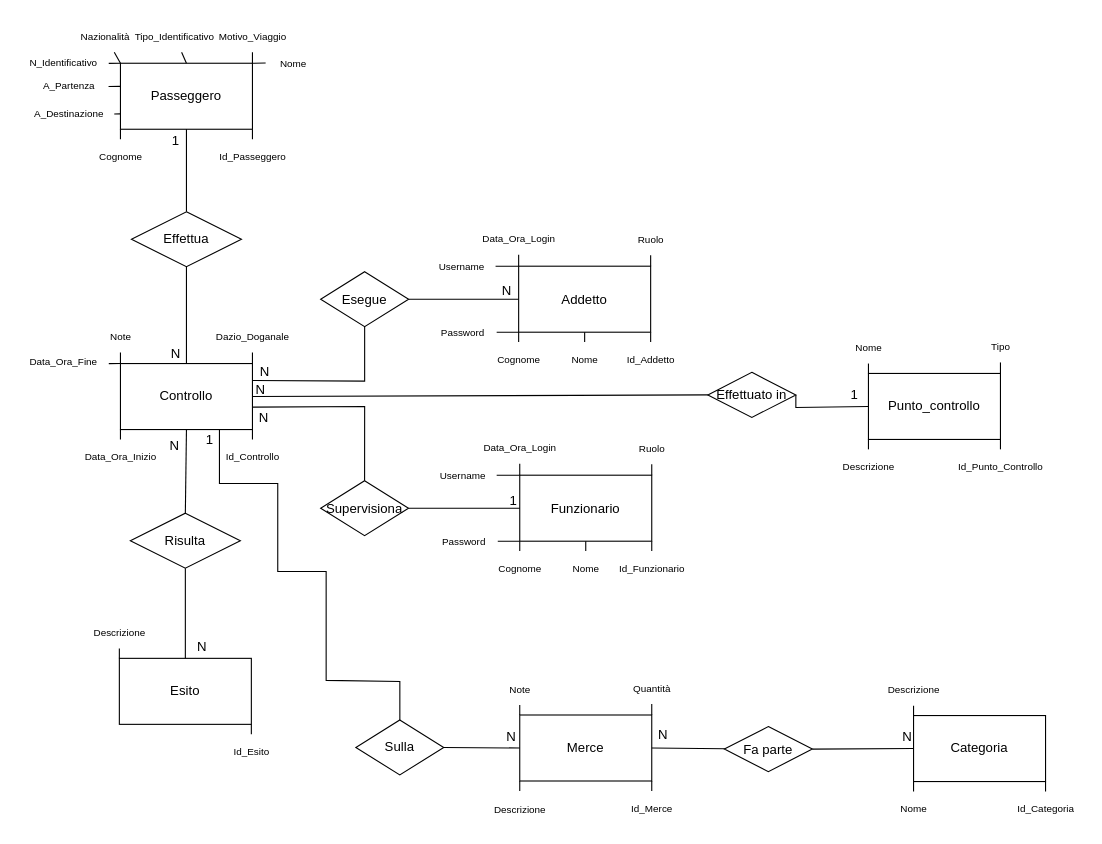
Above: SafeGate.drawio in Marcofire97/SafeGate (draw.io), before the change. Source tidied: cells renumbered, new cells numbered last; positions are measured from the earlier drawing's top-left corner, leaving out a move shared by most shapes. Both pictures are drawn from the tidied source at 110%, with x=0, y=0 at pixel (19, 19).
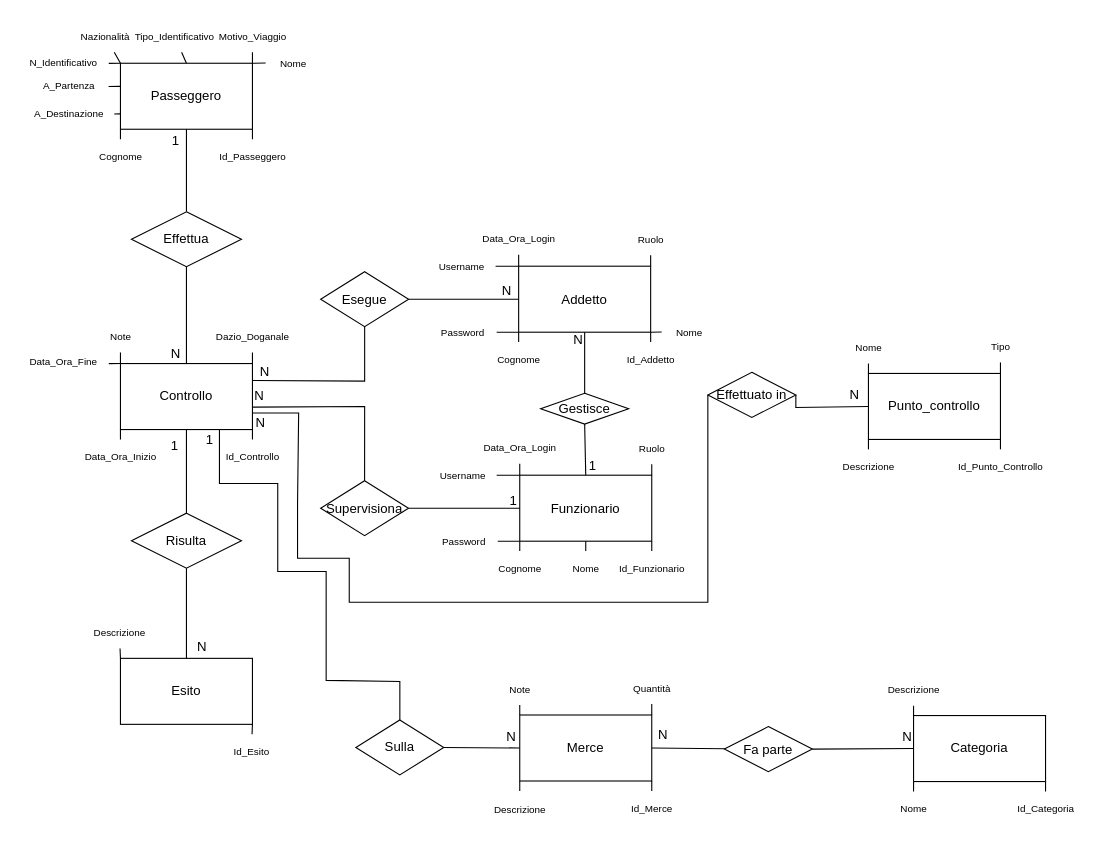
After the change.

Unchanged cells that the change refers to:
```xml
<mxCell id="35" value="Controllo" style="rounded=0;whiteSpace=wrap;html=1;" parent="1" vertex="1">
  <mxGeometry x="92" y="313" width="120" height="60" as="geometry" />
</mxCell>
<mxCell id="46" value="Addetto" style="rounded=0;whiteSpace=wrap;html=1;" parent="1" vertex="1">
  <mxGeometry x="454" y="224.5" width="120" height="60" as="geometry" />
</mxCell>
<mxCell id="61" value="Funzionario" style="rounded=0;whiteSpace=wrap;html=1;" parent="1" vertex="1">
  <mxGeometry x="455" y="414.5" width="120" height="60" as="geometry" />
</mxCell>
<mxCell id="111" value="Effettuato in" style="rhombus;whiteSpace=wrap;html=1;" parent="1" vertex="1">
  <mxGeometry x="626" y="321" width="80" height="41" as="geometry" />
</mxCell>
```

Change to the diagram source:
```diff
@@
-    <mxCell id="49" style="endArrow=none;html=1;rounded=0;" parent="1" edge="1" source="50" target="46">
+    <mxCell id="49" style="endArrow=none;html=1;rounded=0;entryX=1;entryY=1;entryDx=0;entryDy=0;" parent="1" edge="1" source="50" target="46">
       <mxGeometry relative="1" as="geometry" />
     </mxCell>
     <mxCell id="50" value="&lt;font style=&quot;font-size: 9px;&quot;&gt;Nome&lt;/font&gt;" style="text;html=1;align=center;verticalAlign=middle;points=[];strokeColor=none;fillColor=none;" parent="1" vertex="1">
-      <mxGeometry x="489" y="293.5" width="50" height="30" as="geometry" />
+      <mxGeometry x="584" y="269" width="50" height="30" as="geometry" />
     </mxCell>
@@
     <mxCell id="76" value="Esito" style="rounded=0;whiteSpace=wrap;html=1;" parent="1" vertex="1">
-      <mxGeometry x="91" y="581" width="120" height="60" as="geometry" />
+      <mxGeometry x="92" y="581" width="120" height="60" as="geometry" />
     </mxCell>
@@
     <mxCell id="102" value="Risulta" style="rhombus;whiteSpace=wrap;html=1;" parent="1" vertex="1">
-      <mxGeometry x="101" y="449" width="100" height="50" as="geometry" />
+      <mxGeometry x="102" y="449" width="100" height="50" as="geometry" />
     </mxCell>
@@
-    <mxCell id="112" style="endArrow=none;html=1;rounded=0;entryX=0;entryY=0.5;entryDx=0;entryDy=0;exitX=1;exitY=0.5;exitDx=0;exitDy=0;" parent="1" edge="1" source="35" target="111">
-      <mxGeometry relative="1" as="geometry" />
+    <mxCell id="112" style="endArrow=none;html=1;rounded=0;entryX=0;entryY=0.5;entryDx=0;entryDy=0;exitX=1;exitY=0.75;exitDx=0;exitDy=0;" parent="1" edge="1" source="35" target="111">
+      <mxGeometry relative="1" as="geometry">
+        <Array as="points">
+          <mxPoint x="254" y="358" />
+          <mxPoint x="253" y="440" />
+          <mxPoint x="253" y="490" />
+          <mxPoint x="300" y="490" />
+          <mxPoint x="300" y="530" />
+          <mxPoint x="626" y="530" />
+        </Array>
+      </mxGeometry>
     </mxCell>
@@
-    <mxCell id="116" value="N" style="text;html=1;align=center;verticalAlign=middle;strokeColor=none;fillColor=none;" parent="1" vertex="1">
-      <mxGeometry x="127" y="374" width="27" height="27" as="geometry" />
+    <mxCell id="116" value="1" style="text;html=1;align=center;verticalAlign=middle;strokeColor=none;fillColor=none;" parent="1" vertex="1">
+      <mxGeometry x="128" y="374" width="25" height="27" as="geometry" />
     </mxCell>
@@
     <mxCell id="123" value="N" style="text;html=1;align=center;verticalAlign=middle;strokeColor=none;fillColor=none;" parent="1" vertex="1">
-      <mxGeometry x="208" y="349" width="27" height="27" as="geometry" />
+      <mxGeometry x="205" y="353" width="27" height="27" as="geometry" />
     </mxCell>
@@
-    <mxCell id="125" value="1" style="text;html=1;align=center;verticalAlign=middle;strokeColor=none;fillColor=none;" parent="1" vertex="1">
-      <mxGeometry x="746" y="328" width="25" height="27" as="geometry" />
+    <mxCell id="125" value="N" style="text;html=1;align=center;verticalAlign=middle;strokeColor=none;fillColor=none;" parent="1" vertex="1">
+      <mxGeometry x="745" y="328" width="27" height="27" as="geometry" />
     </mxCell>
     <mxCell id="126" value="&lt;div&gt;N&lt;/div&gt;" style="text;html=1;align=center;verticalAlign=middle;strokeColor=none;fillColor=none;" parent="1" vertex="1">
-      <mxGeometry x="205" y="323" width="27" height="27" as="geometry" />
+      <mxGeometry x="204" y="329.5" width="27" height="27" as="geometry" />
     </mxCell>
+    <mxCell id="127" value="Gestisce" style="rhombus;whiteSpace=wrap;html=1;" parent="1" vertex="1">
+      <mxGeometry x="474" y="340" width="80" height="28" as="geometry" />
+    </mxCell>
+    <mxCell id="128" style="endArrow=none;html=1;rounded=0;exitX=0.5;exitY=0;exitDx=0;exitDy=0;entryX=0.5;entryY=1;entryDx=0;entryDy=0;" parent="1" edge="1" source="61" target="127">
+      <mxGeometry relative="1" as="geometry" />
+    </mxCell>
+    <mxCell id="129" style="endArrow=none;html=1;rounded=0;exitX=0.5;exitY=0;exitDx=0;exitDy=0;entryX=0.5;entryY=1;entryDx=0;entryDy=0;" parent="1" edge="1" source="127" target="46">
+      <mxGeometry relative="1" as="geometry" />
+    </mxCell>
+    <mxCell id="130" value="N" style="text;html=1;align=center;verticalAlign=middle;strokeColor=none;fillColor=none;" parent="1" vertex="1">
+      <mxGeometry x="494" y="278" width="27" height="27" as="geometry" />
+    </mxCell>
+    <mxCell id="131" value="1" style="text;html=1;align=center;verticalAlign=middle;strokeColor=none;fillColor=none;" parent="1" vertex="1">
+      <mxGeometry x="508" y="392.5" width="25" height="27" as="geometry" />
+    </mxCell>
```
